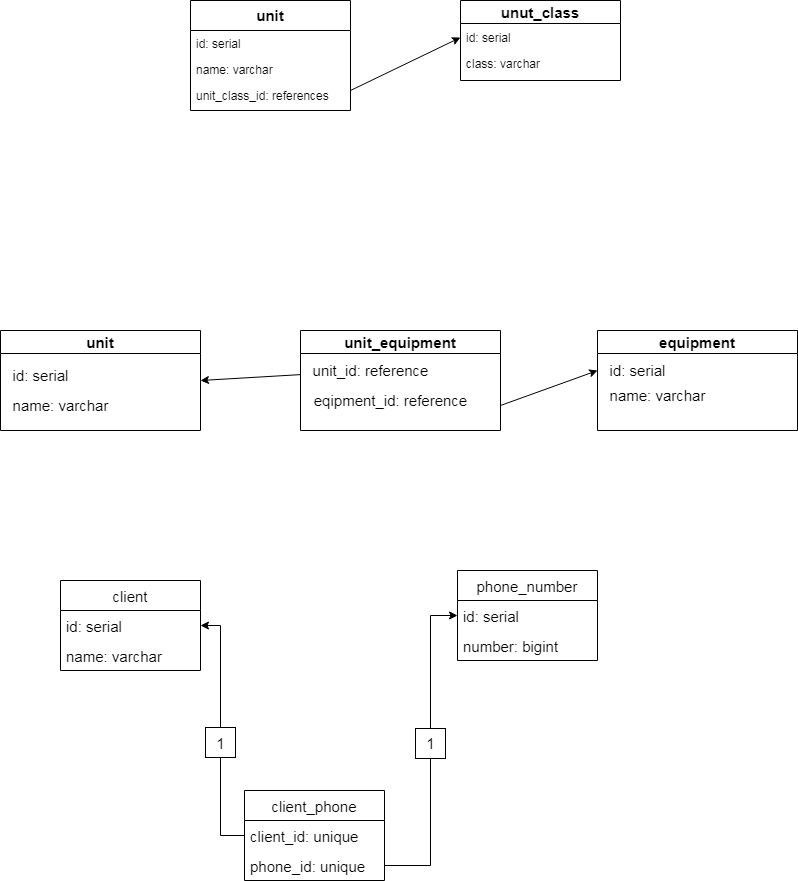
Earlier version of the draw.io export data/postgres_script/relationships.drawio.png (Vint-Razor/job4j_design). Source tidied: cells renumbered, new cells last; positions are measured from the earlier drawing's top-left corner, leaving out a move shared by most shapes.
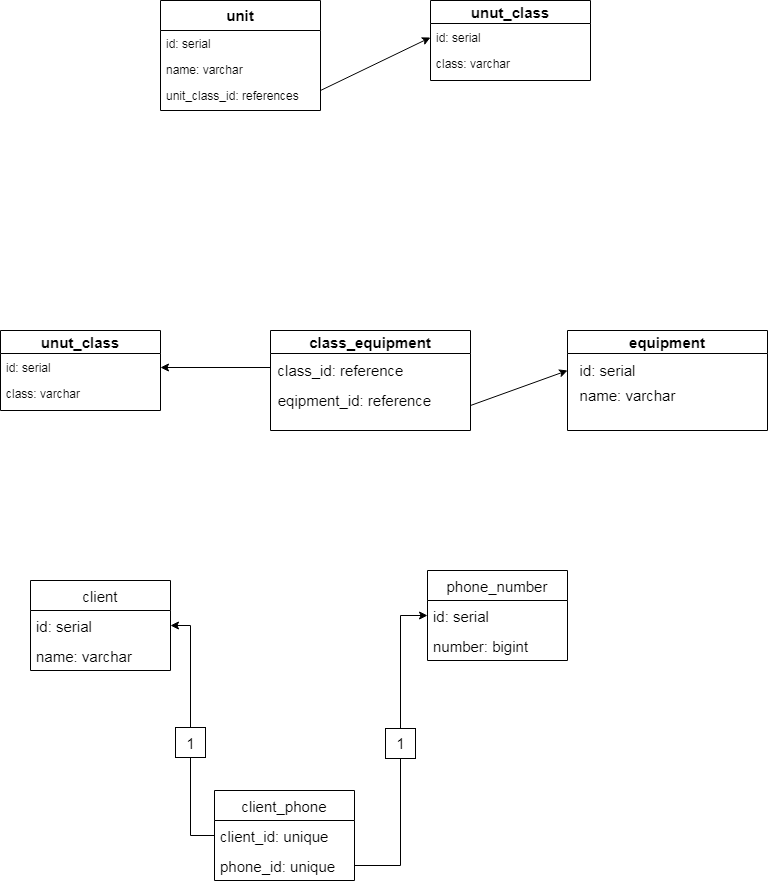
After the change.

Diff of the diagram source:
```diff
@@ -28,23 +28,14 @@
         <mxPoint x="350" y="90" as="sourcePoint" />
       </mxGeometry>
     </mxCell>
-    <mxCell id="10" value="unit" style="swimlane;fontSize=15;" parent="1" vertex="1">
-      <mxGeometry y="330" width="200" height="100" as="geometry" />
-    </mxCell>
-    <mxCell id="11" value="id: serial" style="text;html=1;align=center;verticalAlign=middle;points=[];strokeColor=none;fillColor=none;fontSize=15;" parent="10" vertex="1">
-      <mxGeometry y="30" width="80" height="30" as="geometry" />
-    </mxCell>
-    <mxCell id="12" value="name: varchar" style="text;html=1;align=center;verticalAlign=middle;strokeColor=none;fillColor=none;fontSize=15;" parent="10" vertex="1">
-      <mxGeometry y="60" width="120" height="30" as="geometry" />
-    </mxCell>
-    <mxCell id="13" value="unit_equipment" style="swimlane;fontSize=15;" parent="1" vertex="1">
+    <mxCell id="13" value="class_equipment" style="swimlane;fontSize=15;" parent="1" vertex="1">
       <mxGeometry x="300" y="330" width="200" height="100" as="geometry" />
     </mxCell>
-    <mxCell id="14" value="unit_id: reference" style="text;html=1;align=center;verticalAlign=middle;points=[];strokeColor=none;fillColor=none;fontSize=15;" parent="13" vertex="1">
-      <mxGeometry y="25" width="140" height="30" as="geometry" />
+    <mxCell id="14" value="class_id: reference" style="text;html=1;align=center;verticalAlign=middle;points=[];strokeColor=none;fillColor=none;fontSize=15;" parent="13" vertex="1">
+      <mxGeometry x="-5" y="25" width="150" height="30" as="geometry" />
     </mxCell>
     <mxCell id="15" value="eqipment_id: reference" style="text;html=1;align=center;verticalAlign=middle;strokeColor=none;fillColor=none;fontSize=15;" parent="13" vertex="1">
-      <mxGeometry y="55" width="180" height="30" as="geometry" />
+      <mxGeometry x="-6" y="55" width="180" height="30" as="geometry" />
     </mxCell>
     <mxCell id="16" value="equipment" style="swimlane;fontSize=15;" parent="1" vertex="1">
       <mxGeometry x="597" y="330" width="200" height="100" as="geometry" />
@@ -58,8 +49,10 @@
     <mxCell id="19" style="endArrow=classic;html=1;rounded=0;fontSize=15;entryX=0.001;entryY=0.5;entryDx=0;entryDy=0;entryPerimeter=0;exitX=1;exitY=0.75;exitDx=0;exitDy=0;" parent="1" edge="1" source="13" target="17">
       <mxGeometry relative="1" as="geometry" />
     </mxCell>
-    <mxCell id="20" style="endArrow=classic;html=1;rounded=0;fontSize=15;entryX=1;entryY=0.5;entryDx=0;entryDy=0;" parent="1" edge="1" source="14" target="10">
-      <mxGeometry relative="1" as="geometry" />
+    <mxCell id="20" style="endArrow=classic;html=1;rounded=0;fontSize=15;entryX=1;entryY=0.5;entryDx=0;entryDy=0;" parent="1" edge="1" target="11">
+      <mxGeometry relative="1" as="geometry">
+        <mxPoint x="300" y="367" as="sourcePoint" />
+      </mxGeometry>
     </mxCell>
     <mxCell id="21" value="phone_number" style="swimlane;fontStyle=0;horizontal=1;startSize=30;fontSize=15;" parent="1" vertex="1">
       <mxGeometry x="457" y="570" width="140" height="90" as="geometry" />
@@ -116,5 +109,14 @@
     <mxCell id="35" value="1" style="text;html=1;align=center;verticalAlign=middle;strokeColor=none;fillColor=none;fontSize=15;" parent="1" vertex="1">
       <mxGeometry x="415" y="728" width="30" height="30" as="geometry" />
     </mxCell>
+    <mxCell id="36" value="unut_class" style="swimlane;fontSize=15;" parent="1" vertex="1">
+      <mxGeometry x="30" y="330" width="160" height="80" as="geometry" />
+    </mxCell>
+    <mxCell id="11" value="id: serial" style="text;align=left;verticalAlign=top;spacingLeft=4;spacingRight=4;overflow=hidden;points=[[0,0.5],[1,0.5]];portConstraint=eastwest;" parent="36" vertex="1">
+      <mxGeometry y="24" width="160" height="26" as="geometry" />
+    </mxCell>
+    <mxCell id="37" value="class: varchar" style="text;align=left;verticalAlign=top;spacingLeft=4;spacingRight=4;overflow=hidden;rounded=0;shadow=0;html=0;" parent="36" vertex="1">
+      <mxGeometry y="50" width="160" height="26" as="geometry" />
+    </mxCell>
   </root>
 </mxGraphModel>
```
